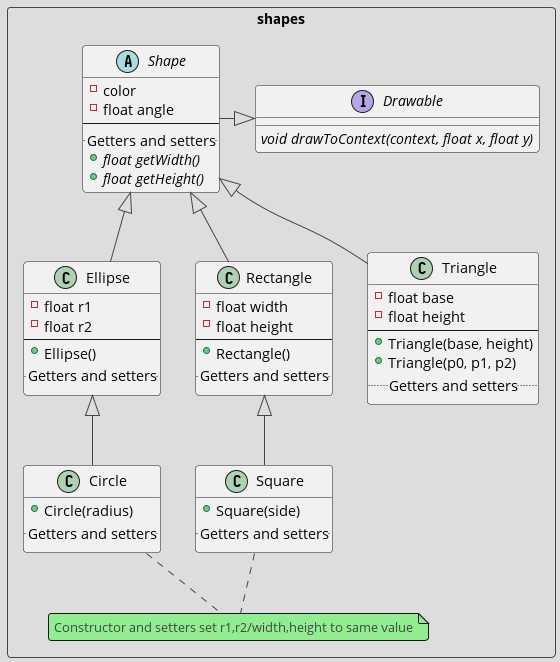
This is structure.png from AlyamanMas/IntelligileOpenGL, a PlantUML export, as it was before one commit. Source of this version:
```plantuml
@startuml
!theme toy

package shapes <<Rectangle>> {

    interface Drawable {
        {abstract} void drawToContext(context, float x, float y)
    }

    abstract Shape {
        - color
        - float angle
        --
        .. Getters and setters ..
        + {abstract} float getWidth()
        + {abstract} float getHeight()
    }
    Shape -|> Drawable

    class Ellipse {
        - float r1
        - float r2
        --
        + Ellipse()
        .. Getters and setters ..
    }

    class Circle {
        + Circle(radius)
        .. Getters and setters ..
    }

    note "Constructor and setters set r1,r2/width,height to same value" as SameNote
    Circle .. SameNote

    class Rectangle {
        - float width
        - float height
        --
        + Rectangle()
        .. Getters and setters ..
    }

    class Square {
        + Square(side)
        .. Getters and setters ..
    }
    Square .. SameNote

    class Triangle {
        - float base
        - float height
        --
        + Triangle(base, height)
        + Triangle(p0, p1, p2)
        .. Getters and setters ..
    }


    Shape      <|-- Ellipse
    Ellipse    <|-- Circle

    Shape      <|-- Rectangle
    Rectangle  <|-- Square

    Shape      <|-- Triangle


}

@enduml
```
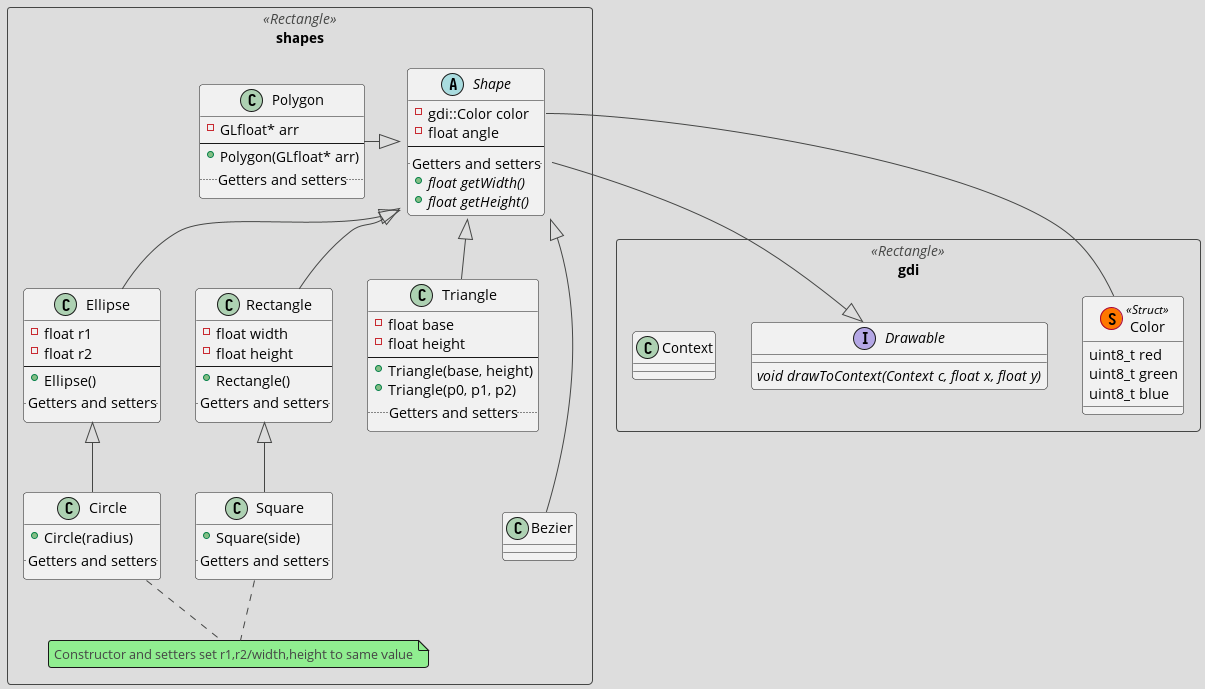
The same diagram one commit later.

What changed in the source:
```diff
@@ -1,21 +1,18 @@
 @startuml
 !theme toy
 
-package shapes <<Rectangle>> {
-
-    interface Drawable {
-        {abstract} void drawToContext(context, float x, float y)
-    }
+namespace shapes <<Rectangle>> {
 
     abstract Shape {
-        - color
+        - gdi::Color color
         - float angle
         --
         .. Getters and setters ..
         + {abstract} float getWidth()
         + {abstract} float getHeight()
     }
-    Shape -|> Drawable
+    Shape --|> gdi.Drawable
+    Shape::color - gdi.Color
 
     class Ellipse {
         - float r1
@@ -56,6 +53,15 @@
         .. Getters and setters ..
     }
 
+    class Polygon {
+        - GLfloat* arr
+        --
+        + Polygon(GLfloat* arr)
+        .. Getters and setters ..
+    }
+
+    class Bezier
+
 
     Shape      <|-- Ellipse
     Ellipse    <|-- Circle
@@ -65,6 +71,23 @@
 
     Shape      <|-- Triangle
 
+    Polygon -|> Shape
+    Shape <|--- Bezier
+
+}
+
+namespace gdi <<Rectangle>> {
+    class Color << (S, #FF7700) Struct >> {
+        uint8_t red
+        uint8_t green
+        uint8_t blue
+    }
+
+    class Context {}
+
+    interface Drawable {
+        {abstract} void drawToContext(Context c, float x, float y)
+    }
 
 }
 
```
